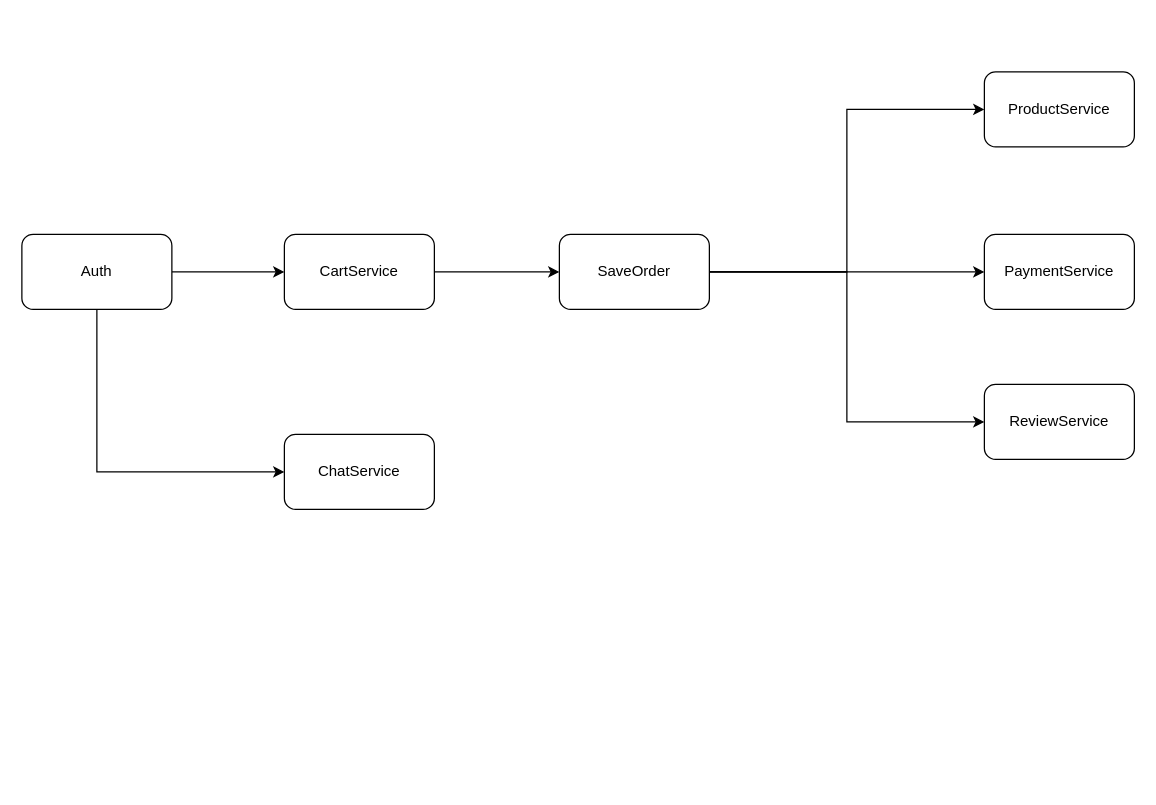
This is diagram_flow.drawio from kientt265/-web2-e-commerce-microservices, a draw.io file, before an edit. Source tidied: cells renumbered, new cells numbered last; positions are measured from the earlier drawing's top-left corner, leaving out a move shared by most shapes. Both pictures are drawn from the tidied source at 125%, with x=0, y=0 at pixel (21, 71).
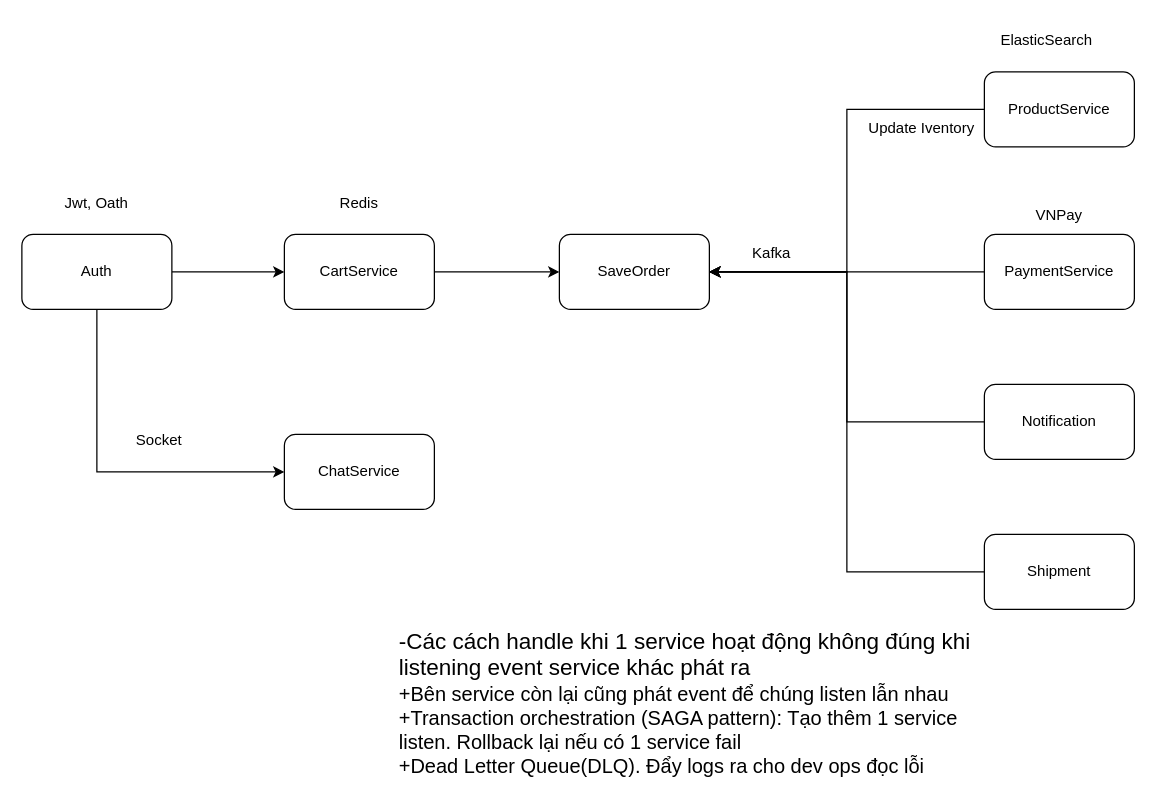
The same diagram, later.

Commit message (it also covers changes not shown here):
docs: update README and diagram with mail service details

Add documentation for the new Mail Service in README including its purpose and integration points.
Update architecture diagram to include Mail Service and correct service interaction directions.

Unchanged cells that the change refers to:
```xml
<mxCell id="5" value="SaveOrder" style="rounded=1;whiteSpace=wrap;html=1;" parent="1" vertex="1">
  <mxGeometry x="430" y="130" width="120" height="60" as="geometry" />
</mxCell>
<mxCell id="6" value="PaymentService" style="rounded=1;whiteSpace=wrap;html=1;" parent="1" vertex="1">
  <mxGeometry x="770" y="130" width="120" height="60" as="geometry" />
</mxCell>
<mxCell id="9" value="ProductService" style="rounded=1;whiteSpace=wrap;html=1;" parent="1" vertex="1">
  <mxGeometry x="770" width="120" height="60" as="geometry" />
</mxCell>
```

Diff of the diagram source:
```diff
@@
-    <mxCell id="2" style="edgeStyle=orthogonalEdgeStyle;rounded=0;jettySize=auto;html=1;exitX=1;exitY=0.5;exitDx=0;exitDy=0;entryX=0;entryY=0.5;entryDx=0;entryDy=0;" parent="1" edge="1" source="5" target="6">
+    <mxCell id="2" style="edgeStyle=orthogonalEdgeStyle;rounded=0;jettySize=auto;html=1;exitX=0;exitY=0.5;exitDx=0;exitDy=0;entryX=1;entryY=0.5;entryDx=0;entryDy=0;" parent="1" edge="1" source="6" target="5">
       <mxGeometry relative="1" as="geometry" />
     </mxCell>
-    <mxCell id="3" style="edgeStyle=orthogonalEdgeStyle;rounded=0;jettySize=auto;html=1;exitX=1;exitY=0.5;exitDx=0;exitDy=0;entryX=0;entryY=0.5;entryDx=0;entryDy=0;" parent="1" edge="1" source="5" target="8">
+    <mxCell id="3" style="edgeStyle=orthogonalEdgeStyle;rounded=0;jettySize=auto;html=1;exitX=0;exitY=0.5;exitDx=0;exitDy=0;entryX=1;entryY=0.5;entryDx=0;entryDy=0;" parent="1" edge="1" source="8" target="5">
       <mxGeometry relative="1" as="geometry" />
     </mxCell>
-    <mxCell id="4" style="edgeStyle=orthogonalEdgeStyle;rounded=0;jettySize=auto;html=1;exitX=1;exitY=0.5;exitDx=0;exitDy=0;entryX=0;entryY=0.5;entryDx=0;entryDy=0;" parent="1" edge="1" source="5" target="9">
+    <mxCell id="4" style="edgeStyle=orthogonalEdgeStyle;rounded=0;jettySize=auto;html=1;exitX=0;exitY=0.5;exitDx=0;exitDy=0;entryX=1;entryY=0.5;entryDx=0;entryDy=0;" parent="1" edge="1" source="9" target="5">
       <mxGeometry relative="1" as="geometry" />
     </mxCell>
+    <mxCell id="15" style="edgeStyle=orthogonalEdgeStyle;rounded=0;jettySize=auto;html=1;exitX=0;exitY=0.5;exitDx=0;exitDy=0;entryX=1;entryY=0.5;entryDx=0;entryDy=0;" parent="1" edge="1" source="17" target="5">
+      <mxGeometry relative="1" as="geometry" />
+    </mxCell>
@@
-    <mxCell id="8" value="ReviewService" style="rounded=1;whiteSpace=wrap;html=1;" parent="1" vertex="1">
+    <mxCell id="8" value="Notification" style="rounded=1;whiteSpace=wrap;html=1;" parent="1" vertex="1">
       <mxGeometry x="770" y="250" width="120" height="60" as="geometry" />
     </mxCell>
@@
+    <mxCell id="16" value="Kafka" style="text;html=1;align=center;verticalAlign=middle;whiteSpace=wrap;rounded=0;" parent="1" vertex="1">
+      <mxGeometry x="570" y="130" width="60" height="30" as="geometry" />
+    </mxCell>
+    <mxCell id="17" value="Shipment" style="rounded=1;whiteSpace=wrap;html=1;" parent="1" vertex="1">
+      <mxGeometry x="770" y="370" width="120" height="60" as="geometry" />
+    </mxCell>
+    <mxCell id="18" value="ElasticSearch" style="text;html=1;align=center;verticalAlign=middle;whiteSpace=wrap;rounded=0;" parent="1" vertex="1">
+      <mxGeometry x="790" y="-40" width="60" height="30" as="geometry" />
+    </mxCell>
+    <mxCell id="19" value="Redis" style="text;html=1;align=center;verticalAlign=middle;whiteSpace=wrap;rounded=0;" parent="1" vertex="1">
+      <mxGeometry x="240" y="90" width="60" height="30" as="geometry" />
+    </mxCell>
+    <mxCell id="20" value="Socket" style="text;html=1;align=center;verticalAlign=middle;whiteSpace=wrap;rounded=0;" parent="1" vertex="1">
+      <mxGeometry x="80" y="280" width="60" height="30" as="geometry" />
+    </mxCell>
+    <mxCell id="21" value="VNPay" style="text;html=1;align=center;verticalAlign=middle;whiteSpace=wrap;rounded=0;" parent="1" vertex="1">
+      <mxGeometry x="800" y="100" width="60" height="30" as="geometry" />
+    </mxCell>
+    <mxCell id="22" value="Jwt, Oath" style="text;html=1;align=center;verticalAlign=middle;whiteSpace=wrap;rounded=0;" parent="1" vertex="1">
+      <mxGeometry x="30" y="90" width="60" height="30" as="geometry" />
+    </mxCell>
+    <mxCell id="23" value="&lt;font style=&quot;font-size: 18px;&quot;&gt;-Các cách handle khi 1 service hoạt động không đúng khi listening event service khác phát ra&lt;/font&gt;&lt;div&gt;&lt;font size=&quot;3&quot;&gt;+Bên service còn lại cũng phát event để chúng listen lẫn nhau&lt;/font&gt;&lt;/div&gt;&lt;div&gt;&lt;font size=&quot;3&quot;&gt;+Transaction orchestration (SAGA pattern): Tạo thêm 1 service listen. Rollback lại nếu có 1 service fail&lt;/font&gt;&lt;/div&gt;&lt;div&gt;&lt;font size=&quot;3&quot;&gt;+Dead Letter Queue(DLQ). Đẩy logs ra cho dev ops đọc lỗi&lt;/font&gt;&lt;/div&gt;" style="text;html=1;align=left;verticalAlign=middle;whiteSpace=wrap;rounded=0;" parent="1" vertex="1">
+      <mxGeometry x="300" y="440" width="460" height="130" as="geometry" />
+    </mxCell>
+    <mxCell id="24" value="Update Iventory" style="text;html=1;align=center;verticalAlign=middle;whiteSpace=wrap;rounded=0;" parent="1" vertex="1">
+      <mxGeometry x="670" y="30" width="100" height="30" as="geometry" />
+    </mxCell>
```
